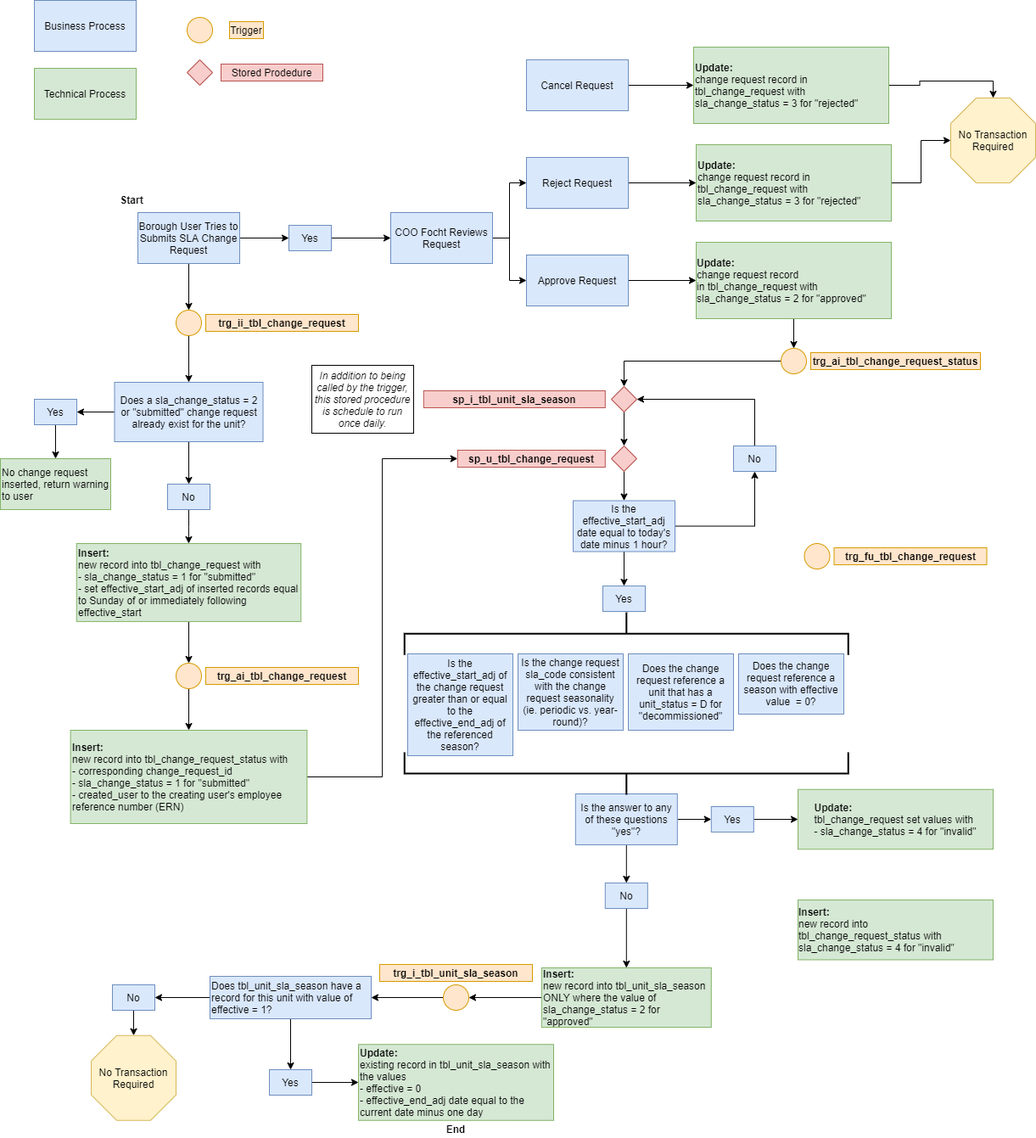
Above: images/diagram7.png in NYC-Parks/SLADB (draw.io), before the change. Source tidied: cells renumbered, new cells last; positions are measured from the earlier drawing's top-left corner, leaving out a move shared by most shapes.
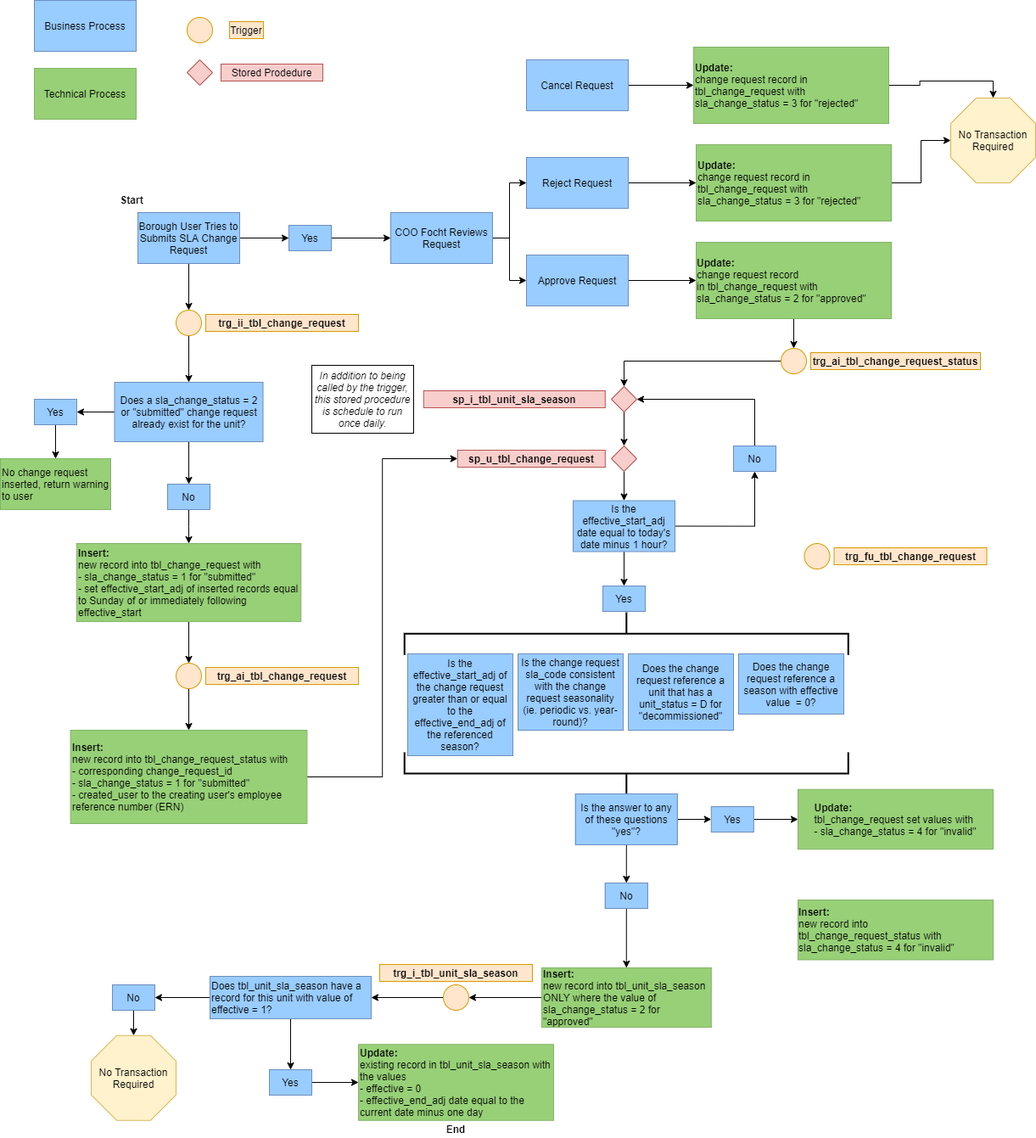
After the commit.

The edit, as a diff of the source:
```diff
@@ -7,3 +7,3 @@
     </mxCell>
-    <mxCell id="3" value="Technical Process" style="rounded=0;whiteSpace=wrap;html=1;fillColor=#d5e8d4;strokeColor=#82b366;" parent="1" vertex="1">
+    <mxCell id="3" value="Technical Process" style="rounded=0;whiteSpace=wrap;html=1;fillColor=#97D077;strokeColor=#82b366;" parent="1" vertex="1">
       <mxGeometry x="40" y="80" width="120" height="60" as="geometry" />
@@ -22,3 +22,3 @@
     </mxCell>
-    <mxCell id="8" value="Borough User Tries to Submits SLA Change Request" style="rounded=0;whiteSpace=wrap;html=1;fillColor=#dae8fc;strokeColor=#6c8ebf;" parent="1" vertex="1">
+    <mxCell id="8" value="Borough User Tries to Submits SLA Change Request" style="rounded=0;whiteSpace=wrap;html=1;fillColor=#99CCFF;strokeColor=#6c8ebf;" parent="1" vertex="1">
       <mxGeometry x="162" y="250" width="120" height="60" as="geometry" />
@@ -37,3 +37,3 @@
     </mxCell>
-    <mxCell id="13" value="Insert:&lt;br&gt;&lt;span style=&quot;font-weight: normal&quot;&gt;new record into tbl_change_request with&lt;br&gt;- sla_change_status = 1 for &quot;submitted&quot;&lt;br&gt;-&amp;nbsp;&lt;/span&gt;&lt;span style=&quot;font-weight: 400&quot;&gt;set effective_start_adj of inserted records equal to Sunday of or immediately following effective_start&lt;/span&gt;&lt;span style=&quot;font-weight: normal&quot;&gt;&lt;br&gt;&lt;/span&gt;" style="rounded=0;whiteSpace=wrap;html=1;fillColor=#d5e8d4;strokeColor=#82b366;fontStyle=1;align=left;" parent="1" vertex="1">
+    <mxCell id="13" value="Insert:&lt;br&gt;&lt;span style=&quot;font-weight: normal&quot;&gt;new record into tbl_change_request with&lt;br&gt;- sla_change_status = 1 for &quot;submitted&quot;&lt;br&gt;-&amp;nbsp;&lt;/span&gt;&lt;span style=&quot;font-weight: 400&quot;&gt;set effective_start_adj of inserted records equal to Sunday of or immediately following effective_start&lt;/span&gt;&lt;span style=&quot;font-weight: normal&quot;&gt;&lt;br&gt;&lt;/span&gt;" style="rounded=0;whiteSpace=wrap;html=1;fillColor=#97D077;strokeColor=#82b366;fontStyle=1;align=left;" parent="1" vertex="1">
       <mxGeometry x="89.7" y="640" width="264.5" height="91.9" as="geometry" />
@@ -43,3 +43,3 @@
     </mxCell>
-    <mxCell id="15" value="Insert:&lt;br&gt;&lt;span style=&quot;font-weight: normal&quot;&gt;new record into tbl_change_request_status with&lt;br&gt;- corresponding change_request_id&amp;nbsp;&amp;nbsp;&lt;/span&gt;&lt;br&gt;&lt;span style=&quot;font-weight: normal&quot;&gt;- sla_change_status = 1 for &quot;submitted&quot;&lt;/span&gt;&lt;br&gt;&lt;span style=&quot;font-weight: normal&quot;&gt;- created_user to the&amp;nbsp;&lt;/span&gt;&lt;span style=&quot;font-weight: 400&quot;&gt;creating user's employee reference number (ERN)&lt;/span&gt;&lt;span style=&quot;font-weight: normal&quot;&gt;&lt;br&gt;&lt;/span&gt;" style="rounded=0;whiteSpace=wrap;html=1;fillColor=#d5e8d4;strokeColor=#82b366;fontStyle=1;align=left;" parent="1" vertex="1">
+    <mxCell id="15" value="Insert:&lt;br&gt;&lt;span style=&quot;font-weight: normal&quot;&gt;new record into tbl_change_request_status with&lt;br&gt;- corresponding change_request_id&amp;nbsp;&amp;nbsp;&lt;/span&gt;&lt;br&gt;&lt;span style=&quot;font-weight: normal&quot;&gt;- sla_change_status = 1 for &quot;submitted&quot;&lt;/span&gt;&lt;br&gt;&lt;span style=&quot;font-weight: normal&quot;&gt;- created_user to the&amp;nbsp;&lt;/span&gt;&lt;span style=&quot;font-weight: 400&quot;&gt;creating user's employee reference number (ERN)&lt;/span&gt;&lt;span style=&quot;font-weight: normal&quot;&gt;&lt;br&gt;&lt;/span&gt;" style="rounded=0;whiteSpace=wrap;html=1;fillColor=#97D077;strokeColor=#82b366;fontStyle=1;align=left;" parent="1" vertex="1">
       <mxGeometry x="82.6" y="860" width="278.8" height="110" as="geometry" />
@@ -55,3 +55,3 @@
     </mxCell>
-    <mxCell id="19" value="&lt;div&gt;&lt;span&gt;&lt;b&gt;Update:&lt;/b&gt;&lt;/span&gt;&lt;/div&gt;&lt;div&gt;&lt;span&gt;change request record in tbl_change_request with sla_change_status = 3 for &quot;rejected&quot;&lt;/span&gt;&lt;/div&gt;" style="rounded=0;whiteSpace=wrap;html=1;fillColor=#d5e8d4;strokeColor=#82b366;align=left;" parent="1" vertex="1">
+    <mxCell id="19" value="&lt;div&gt;&lt;span&gt;&lt;b&gt;Update:&lt;/b&gt;&lt;/span&gt;&lt;/div&gt;&lt;div&gt;&lt;span&gt;change request record in tbl_change_request with sla_change_status = 3 for &quot;rejected&quot;&lt;/span&gt;&lt;/div&gt;" style="rounded=0;whiteSpace=wrap;html=1;fillColor=#97D077;strokeColor=#82b366;align=left;" parent="1" vertex="1">
       <mxGeometry x="820" y="170" width="230" height="90" as="geometry" />
@@ -70,3 +70,3 @@
     </mxCell>
-    <mxCell id="24" value="Is the effective_start_adj date equal to today's date minus 1 hour?" style="rounded=0;whiteSpace=wrap;html=1;fillColor=#dae8fc;strokeColor=#6c8ebf;" parent="1" vertex="1">
+    <mxCell id="24" value="Is the effective_start_adj date equal to today's date minus 1 hour?" style="rounded=0;whiteSpace=wrap;html=1;fillColor=#99CCFF;strokeColor=#6c8ebf;" parent="1" vertex="1">
       <mxGeometry x="675" y="589.5" width="120" height="60" as="geometry" />
@@ -76,3 +76,3 @@
     </mxCell>
-    <mxCell id="26" value="No" style="rounded=0;whiteSpace=wrap;html=1;fillColor=#dae8fc;strokeColor=#6c8ebf;" parent="1" vertex="1">
+    <mxCell id="26" value="No" style="rounded=0;whiteSpace=wrap;html=1;fillColor=#99CCFF;strokeColor=#6c8ebf;" parent="1" vertex="1">
       <mxGeometry x="864" y="525" width="50" height="30" as="geometry" />
@@ -132,3 +132,3 @@
     </mxCell>
-    <mxCell id="44" value="Update:&lt;br&gt;&lt;span style=&quot;font-weight: normal&quot;&gt;existing record in tbl_unit_sla_season with the values&lt;/span&gt;&lt;br&gt;&lt;span style=&quot;font-weight: normal&quot;&gt;- effective = 0&lt;br&gt;- effective_end_adj date equal to the current date minus one day&lt;br&gt;&lt;/span&gt;" style="rounded=0;whiteSpace=wrap;html=1;fillColor=#d5e8d4;strokeColor=#82b366;fontStyle=1;align=left;" parent="1" vertex="1">
+    <mxCell id="44" value="Update:&lt;br&gt;&lt;span style=&quot;font-weight: normal&quot;&gt;existing record in tbl_unit_sla_season with the values&lt;/span&gt;&lt;br&gt;&lt;span style=&quot;font-weight: normal&quot;&gt;- effective = 0&lt;br&gt;- effective_end_adj date equal to the current date minus one day&lt;br&gt;&lt;/span&gt;" style="rounded=0;whiteSpace=wrap;html=1;fillColor=#97D077;strokeColor=#82b366;fontStyle=1;align=left;" parent="1" vertex="1">
       <mxGeometry x="422" y="1230.2" width="230" height="89.5" as="geometry" />
@@ -144,3 +144,3 @@
     </mxCell>
-    <mxCell id="48" value="&lt;div style=&quot;text-align: left&quot;&gt;&lt;b&gt;Update:&lt;/b&gt;&lt;/div&gt;&lt;div style=&quot;text-align: left&quot;&gt;&lt;span&gt;change request record in&lt;/span&gt;&lt;span&gt;&amp;nbsp;&lt;/span&gt;&lt;span&gt;tbl_change_request with sla_change_status = 2 for &quot;approved&quot;&lt;/span&gt;&lt;br&gt;&lt;/div&gt;" style="rounded=0;whiteSpace=wrap;html=1;fillColor=#d5e8d4;strokeColor=#82b366;" parent="1" vertex="1">
+    <mxCell id="48" value="&lt;div style=&quot;text-align: left&quot;&gt;&lt;b&gt;Update:&lt;/b&gt;&lt;/div&gt;&lt;div style=&quot;text-align: left&quot;&gt;&lt;span&gt;change request record in&lt;/span&gt;&lt;span&gt;&amp;nbsp;&lt;/span&gt;&lt;span&gt;tbl_change_request with sla_change_status = 2 for &quot;approved&quot;&lt;/span&gt;&lt;br&gt;&lt;/div&gt;" style="rounded=0;whiteSpace=wrap;html=1;fillColor=#97D077;strokeColor=#82b366;" parent="1" vertex="1">
       <mxGeometry x="820" y="285" width="230" height="90" as="geometry" />
@@ -171,6 +171,6 @@
     </mxCell>
-    <mxCell id="57" value="Yes" style="rounded=0;whiteSpace=wrap;html=1;fillColor=#dae8fc;strokeColor=#6c8ebf;" parent="1" vertex="1">
+    <mxCell id="57" value="Yes" style="rounded=0;whiteSpace=wrap;html=1;fillColor=#99CCFF;strokeColor=#6c8ebf;" parent="1" vertex="1">
       <mxGeometry x="340" y="265" width="50" height="30" as="geometry" />
     </mxCell>
-    <mxCell id="58" value="&lt;div style=&quot;text-align: left&quot;&gt;&lt;b&gt;Update:&lt;/b&gt;&lt;/div&gt;&lt;div style=&quot;text-align: left&quot;&gt;&lt;span&gt;tbl_change_request set values with&amp;nbsp;&lt;/span&gt;&lt;/div&gt;&lt;div style=&quot;text-align: left&quot;&gt;&lt;span&gt;- sla_change_status = 4 for &quot;invalid&quot;&lt;/span&gt;&lt;/div&gt;" style="rounded=0;whiteSpace=wrap;html=1;fillColor=#d5e8d4;strokeColor=#82b366;" parent="1" vertex="1">
+    <mxCell id="58" value="&lt;div style=&quot;text-align: left&quot;&gt;&lt;b&gt;Update:&lt;/b&gt;&lt;/div&gt;&lt;div style=&quot;text-align: left&quot;&gt;&lt;span&gt;tbl_change_request set values with&amp;nbsp;&lt;/span&gt;&lt;/div&gt;&lt;div style=&quot;text-align: left&quot;&gt;&lt;span&gt;- sla_change_status = 4 for &quot;invalid&quot;&lt;/span&gt;&lt;/div&gt;" style="rounded=0;whiteSpace=wrap;html=1;fillColor=#97D077;strokeColor=#82b366;" parent="1" vertex="1">
       <mxGeometry x="940" y="929.8" width="230" height="70.5" as="geometry" />
@@ -195,12 +195,12 @@
     </mxCell>
-    <mxCell id="65" value="Does the change request reference a season with effective value&amp;nbsp; = 0?" style="rounded=0;whiteSpace=wrap;html=1;fillColor=#dae8fc;strokeColor=#6c8ebf;" parent="1" vertex="1">
+    <mxCell id="65" value="Does the change request reference a season with effective value&amp;nbsp; = 0?" style="rounded=0;whiteSpace=wrap;html=1;fillColor=#99CCFF;strokeColor=#6c8ebf;" parent="1" vertex="1">
       <mxGeometry x="870" y="770" width="124" height="71" as="geometry" />
     </mxCell>
-    <mxCell id="66" value="Is the change request sla_code consistent with the change request seasonality (ie. periodic vs. year-round)?" style="rounded=0;whiteSpace=wrap;html=1;fillColor=#dae8fc;strokeColor=#6c8ebf;" parent="1" vertex="1">
+    <mxCell id="66" value="Is the change request sla_code consistent with the change request seasonality (ie. periodic vs. year-round)?" style="rounded=0;whiteSpace=wrap;html=1;fillColor=#99CCFF;strokeColor=#6c8ebf;" parent="1" vertex="1">
       <mxGeometry x="610" y="770" width="124" height="90" as="geometry" />
     </mxCell>
-    <mxCell id="67" value="Does the change request reference a unit that has a unit_status = D for &quot;decommissioned&quot;" style="rounded=0;whiteSpace=wrap;html=1;fillColor=#dae8fc;strokeColor=#6c8ebf;" parent="1" vertex="1">
+    <mxCell id="67" value="Does the change request reference a unit that has a unit_status = D for &quot;decommissioned&quot;" style="rounded=0;whiteSpace=wrap;html=1;fillColor=#99CCFF;strokeColor=#6c8ebf;" parent="1" vertex="1">
       <mxGeometry x="740" y="770" width="124" height="90" as="geometry" />
     </mxCell>
-    <mxCell id="68" value="Is the effective_start_adj of the change request greater than or equal to the effective_end_adj of the referenced season?" style="rounded=0;whiteSpace=wrap;html=1;fillColor=#dae8fc;strokeColor=#6c8ebf;" parent="1" vertex="1">
+    <mxCell id="68" value="Is the effective_start_adj of the change request greater than or equal to the effective_end_adj of the referenced season?" style="rounded=0;whiteSpace=wrap;html=1;fillColor=#99CCFF;strokeColor=#6c8ebf;" parent="1" vertex="1">
       <mxGeometry x="480" y="770" width="124" height="120" as="geometry" />
@@ -219,3 +219,3 @@
     </mxCell>
-    <mxCell id="73" value="Yes" style="rounded=0;whiteSpace=wrap;html=1;fillColor=#dae8fc;strokeColor=#6c8ebf;" parent="1" vertex="1">
+    <mxCell id="73" value="Yes" style="rounded=0;whiteSpace=wrap;html=1;fillColor=#99CCFF;strokeColor=#6c8ebf;" parent="1" vertex="1">
       <mxGeometry x="710" y="690" width="50" height="30" as="geometry" />
@@ -225,3 +225,3 @@
     </mxCell>
-    <mxCell id="75" value="Insert:&lt;br&gt;&lt;span style=&quot;font-weight: 400&quot;&gt;new record into tbl_unit_sla_season ONLY where the value of sla_change_status = 2 for &quot;approved&quot;&lt;/span&gt;" style="rounded=0;whiteSpace=wrap;html=1;fillColor=#d5e8d4;strokeColor=#82b366;fontStyle=1;align=left;" parent="1" vertex="1">
+    <mxCell id="75" value="Insert:&lt;br&gt;&lt;span style=&quot;font-weight: 400&quot;&gt;new record into tbl_unit_sla_season ONLY where the value of sla_change_status = 2 for &quot;approved&quot;&lt;/span&gt;" style="rounded=0;whiteSpace=wrap;html=1;fillColor=#97D077;strokeColor=#82b366;fontStyle=1;align=left;" parent="1" vertex="1">
       <mxGeometry x="637.8" y="1140" width="200" height="70" as="geometry" />
@@ -231,3 +231,3 @@
     </mxCell>
-    <mxCell id="77" value="Yes" style="rounded=0;whiteSpace=wrap;html=1;fillColor=#dae8fc;strokeColor=#6c8ebf;" parent="1" vertex="1">
+    <mxCell id="77" value="Yes" style="rounded=0;whiteSpace=wrap;html=1;fillColor=#99CCFF;strokeColor=#6c8ebf;" parent="1" vertex="1">
       <mxGeometry x="837.8" y="950" width="50" height="30" as="geometry" />
@@ -243,3 +243,3 @@
     </mxCell>
-    <mxCell id="81" value="Does a sla_change_status = 2 or &quot;submitted&quot; change request already exist for the unit?" style="rounded=0;whiteSpace=wrap;html=1;fillColor=#dae8fc;strokeColor=#6c8ebf;" parent="1" vertex="1">
+    <mxCell id="81" value="Does a sla_change_status = 2 or &quot;submitted&quot; change request already exist for the unit?" style="rounded=0;whiteSpace=wrap;html=1;fillColor=#99CCFF;strokeColor=#6c8ebf;" parent="1" vertex="1">
       <mxGeometry x="134.5" y="450" width="175" height="70" as="geometry" />
@@ -255,6 +255,6 @@
     </mxCell>
-    <mxCell id="85" value="&lt;div&gt;&lt;span&gt;&lt;b&gt;Update:&lt;/b&gt;&lt;/span&gt;&lt;/div&gt;&lt;div&gt;&lt;span&gt;change request record in tbl_change_request with sla_change_status = 3 for &quot;rejected&quot;&lt;/span&gt;&lt;/div&gt;" style="rounded=0;whiteSpace=wrap;html=1;fillColor=#d5e8d4;strokeColor=#82b366;align=left;" parent="1" vertex="1">
+    <mxCell id="85" value="&lt;div&gt;&lt;span&gt;&lt;b&gt;Update:&lt;/b&gt;&lt;/span&gt;&lt;/div&gt;&lt;div&gt;&lt;span&gt;change request record in tbl_change_request with sla_change_status = 3 for &quot;rejected&quot;&lt;/span&gt;&lt;/div&gt;" style="rounded=0;whiteSpace=wrap;html=1;fillColor=#97D077;strokeColor=#82b366;align=left;" parent="1" vertex="1">
       <mxGeometry x="817" y="55" width="230" height="90" as="geometry" />
     </mxCell>
-    <mxCell id="86" value="&lt;div&gt;&lt;span style=&quot;font-weight: normal&quot;&gt;No change request inserted, return warning to user&lt;/span&gt;&lt;/div&gt;" style="rounded=0;whiteSpace=wrap;html=1;fillColor=#d5e8d4;strokeColor=#82b366;align=left;fontStyle=1;" parent="1" vertex="1">
+    <mxCell id="86" value="&lt;div&gt;&lt;span style=&quot;font-weight: normal&quot;&gt;No change request inserted, return warning to user&lt;/span&gt;&lt;/div&gt;" style="rounded=0;whiteSpace=wrap;html=1;fillColor=#97D077;strokeColor=#82b366;align=left;fontStyle=1;" parent="1" vertex="1">
       <mxGeometry y="540" width="130" height="60" as="geometry" />
@@ -270,3 +270,3 @@
     </mxCell>
-    <mxCell id="90" value="Yes" style="rounded=0;whiteSpace=wrap;html=1;fillColor=#dae8fc;strokeColor=#6c8ebf;" parent="1" vertex="1">
+    <mxCell id="90" value="Yes" style="rounded=0;whiteSpace=wrap;html=1;fillColor=#99CCFF;strokeColor=#6c8ebf;" parent="1" vertex="1">
       <mxGeometry x="40" y="470" width="50" height="30" as="geometry" />
@@ -276,3 +276,3 @@
     </mxCell>
-    <mxCell id="92" value="No" style="rounded=0;whiteSpace=wrap;html=1;fillColor=#dae8fc;strokeColor=#6c8ebf;" parent="1" vertex="1">
+    <mxCell id="92" value="No" style="rounded=0;whiteSpace=wrap;html=1;fillColor=#99CCFF;strokeColor=#6c8ebf;" parent="1" vertex="1">
       <mxGeometry x="197" y="570" width="50" height="30" as="geometry" />
@@ -294,5 +294,35 @@
     </mxCell>
-    <mxCell id="98" value="&lt;div style=&quot;text-align: left&quot;&gt;&lt;span&gt;&lt;b&gt;Insert:&lt;/b&gt;&lt;/span&gt;&lt;/div&gt;&lt;div style=&quot;text-align: left&quot;&gt;&lt;span&gt;new record into tbl_change_request_status with sla_change_status = 4 for &quot;invalid&quot;&lt;/span&gt;&lt;/div&gt;" style="rounded=0;whiteSpace=wrap;html=1;fillColor=#d5e8d4;strokeColor=#82b366;" parent="1" vertex="1">
+    <mxCell id="98" value="&lt;div style=&quot;text-align: left&quot;&gt;&lt;span&gt;&lt;b&gt;Insert:&lt;/b&gt;&lt;/span&gt;&lt;/div&gt;&lt;div style=&quot;text-align: left&quot;&gt;&lt;span&gt;new record into tbl_change_request_status with sla_change_status = 4 for &quot;invalid&quot;&lt;/span&gt;&lt;/div&gt;" style="rounded=0;whiteSpace=wrap;html=1;fillColor=#97D077;strokeColor=#82b366;" parent="1" vertex="1">
       <mxGeometry x="940" y="1060" width="230" height="70.5" as="geometry" />
     </mxCell>
+    <mxCell id="99" value="Business Process" style="rounded=0;whiteSpace=wrap;html=1;fillColor=#99CCFF;strokeColor=#6c8ebf;" parent="1" vertex="1">
+      <mxGeometry x="40" width="120" height="60" as="geometry" />
+    </mxCell>
+    <mxCell id="100" value="Cancel Request" style="rounded=0;whiteSpace=wrap;html=1;fillColor=#99CCFF;strokeColor=#6c8ebf;" parent="1" vertex="1">
+      <mxGeometry x="620" y="70" width="120" height="60" as="geometry" />
+    </mxCell>
+    <mxCell id="101" value="Reject Request" style="rounded=0;whiteSpace=wrap;html=1;fillColor=#99CCFF;strokeColor=#6c8ebf;" parent="1" vertex="1">
+      <mxGeometry x="620" y="185" width="120" height="60" as="geometry" />
+    </mxCell>
+    <mxCell id="102" value="Approve Request" style="rounded=0;whiteSpace=wrap;html=1;fillColor=#99CCFF;strokeColor=#6c8ebf;" parent="1" vertex="1">
+      <mxGeometry x="620" y="300" width="120" height="60" as="geometry" />
+    </mxCell>
+    <mxCell id="103" value="COO Focht Reviews Request" style="rounded=0;whiteSpace=wrap;html=1;fillColor=#99CCFF;strokeColor=#6c8ebf;" parent="1" vertex="1">
+      <mxGeometry x="460" y="250" width="120" height="60" as="geometry" />
+    </mxCell>
+    <mxCell id="104" value="&lt;span style=&quot;font-weight: normal&quot;&gt;No&lt;/span&gt;" style="rounded=0;whiteSpace=wrap;html=1;fillColor=#99CCFF;strokeColor=#6c8ebf;fontStyle=1;align=center;" parent="1" vertex="1">
+      <mxGeometry x="132" y="1160" width="50" height="30" as="geometry" />
+    </mxCell>
+    <mxCell id="105" value="&lt;span style=&quot;font-weight: 400 ; text-align: center&quot;&gt;Does tbl_unit_sla_season have a record for this unit with value of effective = 1?&lt;/span&gt;" style="rounded=0;whiteSpace=wrap;html=1;fillColor=#99CCFF;strokeColor=#6c8ebf;fontStyle=1;align=left;" parent="1" vertex="1">
+      <mxGeometry x="247" y="1150" width="190" height="50" as="geometry" />
+    </mxCell>
+    <mxCell id="106" value="&lt;span style=&quot;font-weight: normal&quot;&gt;Yes&lt;/span&gt;" style="rounded=0;whiteSpace=wrap;html=1;fillColor=#99CCFF;strokeColor=#6c8ebf;fontStyle=1;align=center;" parent="1" vertex="1">
+      <mxGeometry x="317" y="1260" width="50" height="30" as="geometry" />
+    </mxCell>
+    <mxCell id="107" value="No" style="rounded=0;whiteSpace=wrap;html=1;fillColor=#99CCFF;strokeColor=#6c8ebf;" parent="1" vertex="1">
+      <mxGeometry x="712.8" y="1040" width="50" height="30" as="geometry" />
+    </mxCell>
+    <mxCell id="108" value="Is the answer to any of these questions &quot;yes&quot;?" style="rounded=0;whiteSpace=wrap;html=1;fillColor=#99CCFF;strokeColor=#6c8ebf;" parent="1" vertex="1">
+      <mxGeometry x="677.8" y="935" width="120" height="60" as="geometry" />
+    </mxCell>
   </root>
```
